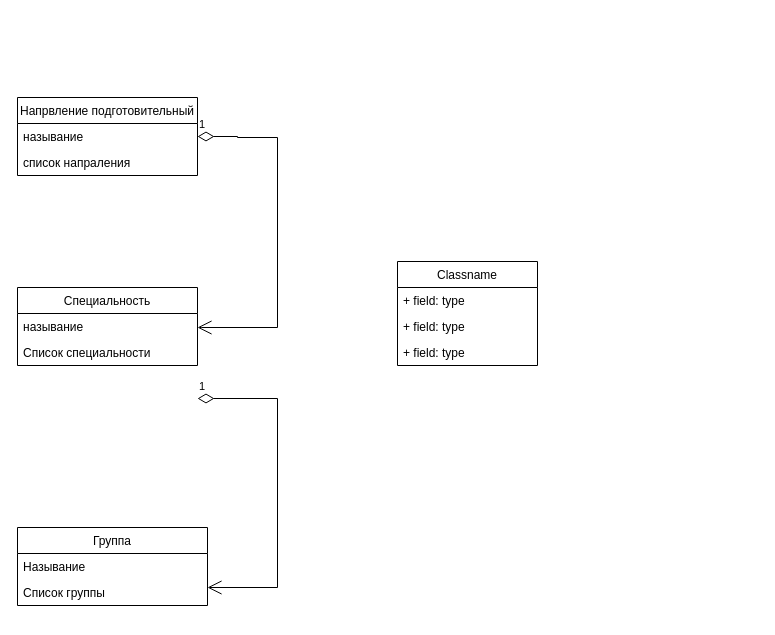
Before: page "Trang-2" (2 of 2) of RabbitMQ-MongoDB-MySQL-Fullstack.drawio in quyettranvu/Diagram-Fullstack-SQL-Docker-Nginx, a draw.io diagram. Source tidied: cells renumbered, new cells numbered last; positions are measured from the earlier drawing's top-left corner, leaving out a move shared by most shapes. Both pictures are drawn from the tidied source at 100%, with x=0, y=0 at pixel (17, 97).
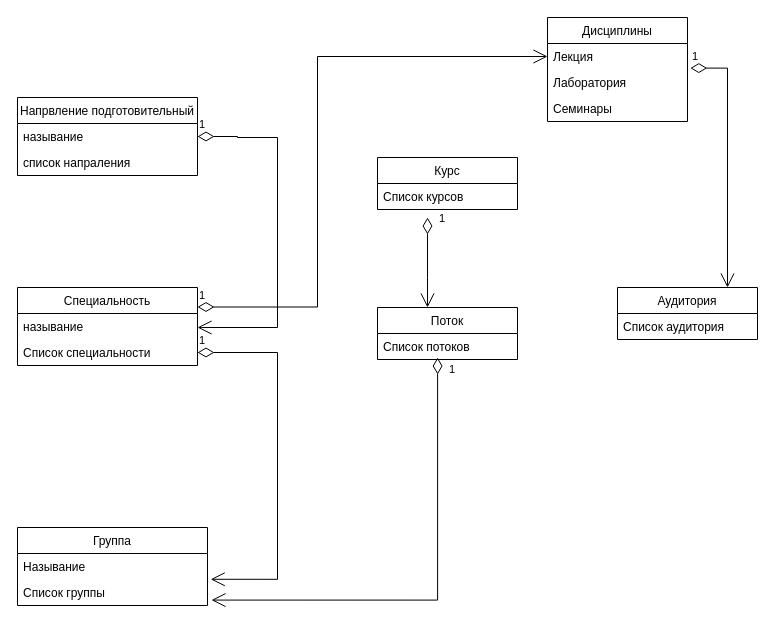
The same page after the edit.

Commit message (it also covers changes not shown here):
Cập nhật RabbitMQ-MongoDB-MySQL-Fullstack.drawio

The change refers to these unchanged cells:
```xml
<mxCell id="5" value="Специальность" style="swimlane;fontStyle=0;horizontal=1;startSize=26;fillColor=none;" parent="1" vertex="1">
  <mxGeometry y="190" width="180" height="78" as="geometry" />
</mxCell>
<mxCell id="7" value="Список специальности" style="text;strokeColor=none;fillColor=none;align=left;verticalAlign=top;spacingLeft=4;spacingRight=4;overflow=hidden;points=[[0,0.5],[1,0.5]];portConstraint=eastwest;" parent="5" vertex="1">
  <mxGeometry y="52" width="180" height="26" as="geometry" />
</mxCell>
<mxCell id="10" value="Список группы" style="text;strokeColor=none;fillColor=none;align=left;verticalAlign=top;spacingLeft=4;spacingRight=4;overflow=hidden;points=[[0,0.5],[1,0.5]];portConstraint=eastwest;" parent="8" vertex="1">
  <mxGeometry y="52" width="190" height="26" as="geometry" />
</mxCell>
```

The edit, as a diff of the source:
```diff
@@
-    <mxCell id="12" value="1" style="endArrow=open;html=1;endSize=12;startArrow=diamondThin;startSize=14;startFill=0;edgeStyle=orthogonalEdgeStyle;align=left;verticalAlign=bottom;rounded=0;exitX=1;exitY=0.5;exitDx=0;exitDy=0;entryX=1;entryY=0.308;entryDx=0;entryDy=0;entryPerimeter=0;" parent="1" edge="1" target="10">
-      <mxGeometry x="-1" y="3" relative="1" as="geometry">
-        <mxPoint x="180" y="301" as="sourcePoint" />
-        <Array as="points">
-          <mxPoint x="260" y="301" />
-          <mxPoint x="260" y="490" />
-        </Array>
-      </mxGeometry>
-    </mxCell>
-    <mxCell id="13" value="Classname" style="swimlane;fontStyle=0;horizontal=1;startSize=26;fillColor=none;" parent="1" vertex="1">
-      <mxGeometry x="380" y="164" width="140" height="104" as="geometry" />
+    <mxCell id="13" value="Поток" style="swimlane;fontStyle=0;horizontal=1;startSize=26;fillColor=none;" parent="1" vertex="1">
+      <mxGeometry x="360" y="210" width="140" height="52" as="geometry" />
     </mxCell>
-    <mxCell id="14" value="+ field: type" style="text;strokeColor=none;fillColor=none;align=left;verticalAlign=top;spacingLeft=4;spacingRight=4;overflow=hidden;" parent="13" vertex="1">
+    <mxCell id="14" value="Список потоков" style="text;strokeColor=none;fillColor=none;align=left;verticalAlign=top;spacingLeft=4;spacingRight=4;overflow=hidden;" parent="13" vertex="1">
       <mxGeometry y="26" width="140" height="26" as="geometry" />
     </mxCell>
-    <mxCell id="15" value="+ field: type" style="text;strokeColor=none;fillColor=none;align=left;verticalAlign=top;spacingLeft=4;spacingRight=4;overflow=hidden;" parent="13" vertex="1">
-      <mxGeometry y="52" width="140" height="26" as="geometry" />
-    </mxCell>
-    <mxCell id="16" value="+ field: type" style="text;strokeColor=none;fillColor=none;align=left;verticalAlign=top;spacingLeft=4;spacingRight=4;overflow=hidden;" parent="13" vertex="1">
-      <mxGeometry y="78" width="140" height="26" as="geometry" />
-    </mxCell>
+    <mxCell id="17" value="Дисциплины" style="swimlane;fontStyle=0;horizontal=1;startSize=26;fillColor=none;" parent="1" vertex="1">
+      <mxGeometry x="530" y="-80" width="140" height="104" as="geometry" />
+    </mxCell>
+    <mxCell id="18" value="Лекция" style="text;strokeColor=none;fillColor=none;align=left;verticalAlign=top;spacingLeft=4;spacingRight=4;overflow=hidden;points=[[0,0.5],[1,0.5]];portConstraint=eastwest;" parent="17" vertex="1">
+      <mxGeometry y="26" width="140" height="26" as="geometry" />
+    </mxCell>
+    <mxCell id="19" value="Лаборатория" style="text;strokeColor=none;fillColor=none;align=left;verticalAlign=top;spacingLeft=4;spacingRight=4;overflow=hidden;points=[[0,0.5],[1,0.5]];portConstraint=eastwest;" parent="17" vertex="1">
+      <mxGeometry y="52" width="140" height="26" as="geometry" />
+    </mxCell>
+    <mxCell id="20" value="Семинары" style="text;strokeColor=none;fillColor=none;align=left;verticalAlign=top;spacingLeft=4;spacingRight=4;overflow=hidden;" parent="17" vertex="1">
+      <mxGeometry y="78" width="140" height="26" as="geometry" />
+    </mxCell>
+    <mxCell id="21" value="1" style="endArrow=open;html=1;endSize=12;startArrow=diamondThin;startSize=14;startFill=0;edgeStyle=orthogonalEdgeStyle;align=left;verticalAlign=bottom;rounded=0;exitX=1;exitY=0.5;exitDx=0;exitDy=0;entryX=1.017;entryY=-0.008;entryDx=0;entryDy=0;entryPerimeter=0;" parent="1" edge="1" source="7" target="10">
+      <mxGeometry x="-1" y="3" relative="1" as="geometry">
+        <Array as="points">
+          <mxPoint x="260" y="255" />
+          <mxPoint x="260" y="482" />
+        </Array>
+      </mxGeometry>
+    </mxCell>
+    <mxCell id="22" value="1" style="endArrow=open;html=1;endSize=12;startArrow=diamondThin;startSize=14;startFill=0;edgeStyle=orthogonalEdgeStyle;align=left;verticalAlign=bottom;rounded=0;exitX=0.429;exitY=1.192;exitDx=0;exitDy=0;exitPerimeter=0;entryX=1.021;entryY=0.792;entryDx=0;entryDy=0;entryPerimeter=0;" parent="1" edge="1" target="10">
+      <mxGeometry x="-0.91" y="10" relative="1" as="geometry">
+        <mxPoint x="420.1" y="260" as="sourcePoint" />
+        <Array as="points">
+          <mxPoint x="420" y="503" />
+        </Array>
+      </mxGeometry>
+    </mxCell>
+    <mxCell id="23" value="Курс" style="swimlane;fontStyle=0;horizontal=1;startSize=26;fillColor=none;" parent="1" vertex="1">
+      <mxGeometry x="360" y="60" width="140" height="52" as="geometry" />
+    </mxCell>
+    <mxCell id="24" value="Список курсов" style="text;strokeColor=none;fillColor=none;align=left;verticalAlign=top;spacingLeft=4;spacingRight=4;overflow=hidden;" parent="23" vertex="1">
+      <mxGeometry y="26" width="140" height="26" as="geometry" />
+    </mxCell>
+    <mxCell id="25" value="1" style="endArrow=open;html=1;endSize=12;startArrow=diamondThin;startSize=14;startFill=0;edgeStyle=orthogonalEdgeStyle;align=left;verticalAlign=bottom;rounded=0;" parent="1" edge="1" target="13">
+      <mxGeometry x="-0.78" y="10" relative="1" as="geometry">
+        <mxPoint x="410" y="120" as="sourcePoint" />
+        <Array as="points">
+          <mxPoint x="410" y="180" />
+          <mxPoint x="410" y="180" />
+        </Array>
+      </mxGeometry>
+    </mxCell>
+    <mxCell id="26" value="1" style="endArrow=open;html=1;endSize=12;startArrow=diamondThin;startSize=14;startFill=0;edgeStyle=orthogonalEdgeStyle;align=left;verticalAlign=bottom;rounded=0;entryX=0;entryY=0.5;entryDx=0;entryDy=0;exitX=1;exitY=0.25;exitDx=0;exitDy=0;" parent="1" edge="1" source="5" target="18">
+      <mxGeometry x="-1" y="3" relative="1" as="geometry">
+        <Array as="points">
+          <mxPoint x="300" y="210" />
+          <mxPoint x="300" y="-41" />
+        </Array>
+      </mxGeometry>
+    </mxCell>
+    <mxCell id="27" value="Аудитория" style="swimlane;fontStyle=0;horizontal=1;startSize=26;fillColor=none;" parent="1" vertex="1">
+      <mxGeometry x="600" y="190" width="140" height="52" as="geometry" />
+    </mxCell>
+    <mxCell id="28" value="Список аудитория" style="text;strokeColor=none;fillColor=none;align=left;verticalAlign=top;spacingLeft=4;spacingRight=4;overflow=hidden;" parent="27" vertex="1">
+      <mxGeometry y="26" width="140" height="26" as="geometry" />
+    </mxCell>
+    <mxCell id="29" value="1" style="endArrow=open;html=1;endSize=12;startArrow=diamondThin;startSize=14;startFill=0;edgeStyle=orthogonalEdgeStyle;align=left;verticalAlign=bottom;rounded=0;exitX=1.02;exitY=-0.054;exitDx=0;exitDy=0;exitPerimeter=0;" parent="1" edge="1" source="19">
+      <mxGeometry x="-1" y="3" relative="1" as="geometry">
+        <mxPoint x="710" y="190" as="targetPoint" />
+        <Array as="points">
+          <mxPoint x="710" y="-29" />
+          <mxPoint x="710" y="190" />
+        </Array>
+      </mxGeometry>
+    </mxCell>
```
